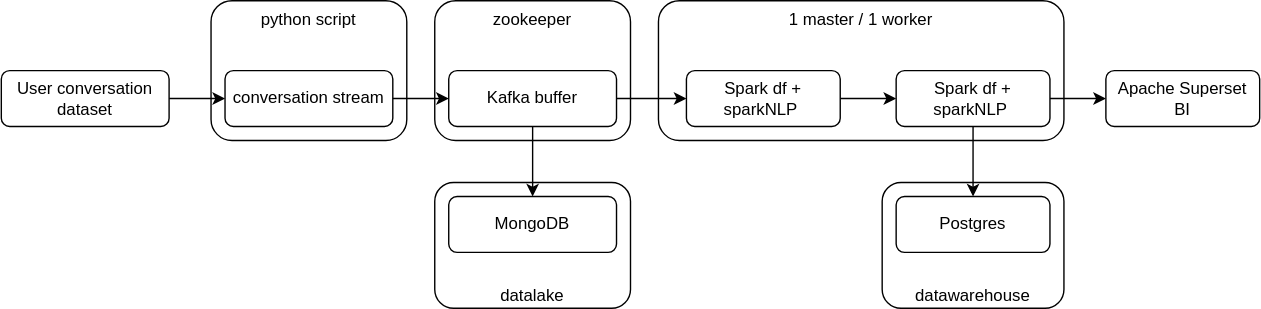
Above: assets/flowchart.drawio.svg in AntoninJoly/conversation_analysis_data_stream (draw.io), before the change. Source tidied: cells renumbered, new cells last; positions are measured from the earlier drawing's top-left corner, leaving out a move shared by most shapes.
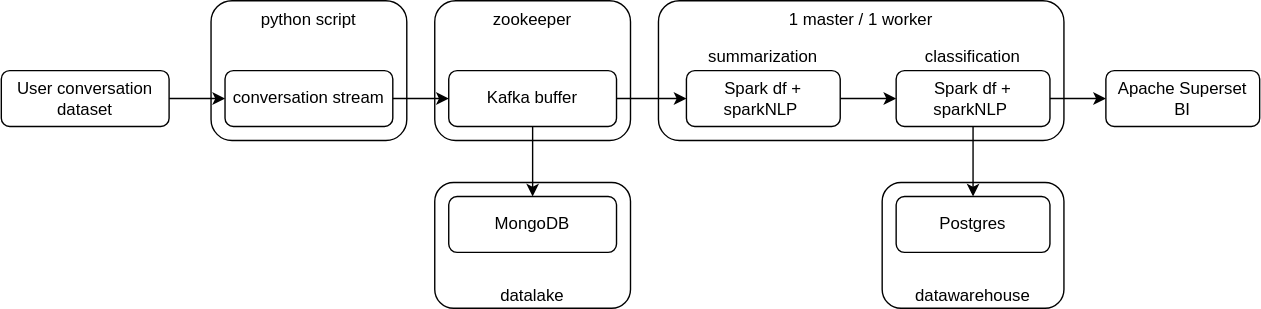
The same diagram one commit later.

The edit, as a diff of the source:
```diff
@@ -62,5 +62,11 @@
     <mxCell id="21" value="Apache Superset&lt;br&gt;BI" style="rounded=1;whiteSpace=wrap;html=1;fontSize=12;glass=0;strokeWidth=1;shadow=0;" parent="1" vertex="1">
       <mxGeometry x="790" y="50" width="110" height="40" as="geometry" />
     </mxCell>
+    <mxCell id="22" value="summarization" style="rounded=0;whiteSpace=wrap;html=1;strokeColor=none;fillColor=none;" parent="1" vertex="1">
+      <mxGeometry x="490" y="30" width="110" height="20" as="geometry" />
+    </mxCell>
+    <mxCell id="23" value="classification" style="rounded=0;whiteSpace=wrap;html=1;strokeColor=none;fillColor=none;" parent="1" vertex="1">
+      <mxGeometry x="640" y="30" width="110" height="20" as="geometry" />
+    </mxCell>
   </root>
 </mxGraphModel>
```
